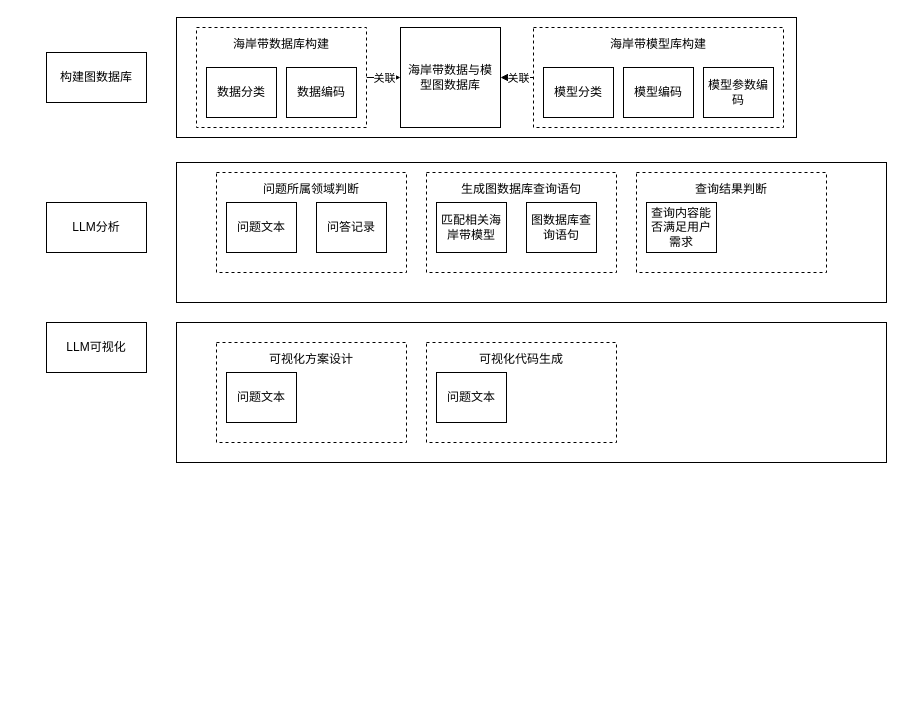
Earlier version of the draw.io diagram 模型计算流程图.drawio (ZNIZN/mytestblog). Source tidied: cells renumbered, new cells numbered last; positions are measured from the earlier drawing's top-left corner, leaving out a move shared by most shapes. Both pictures are drawn from the tidied source at 100%, with x=0, y=0 at pixel (46, 17).
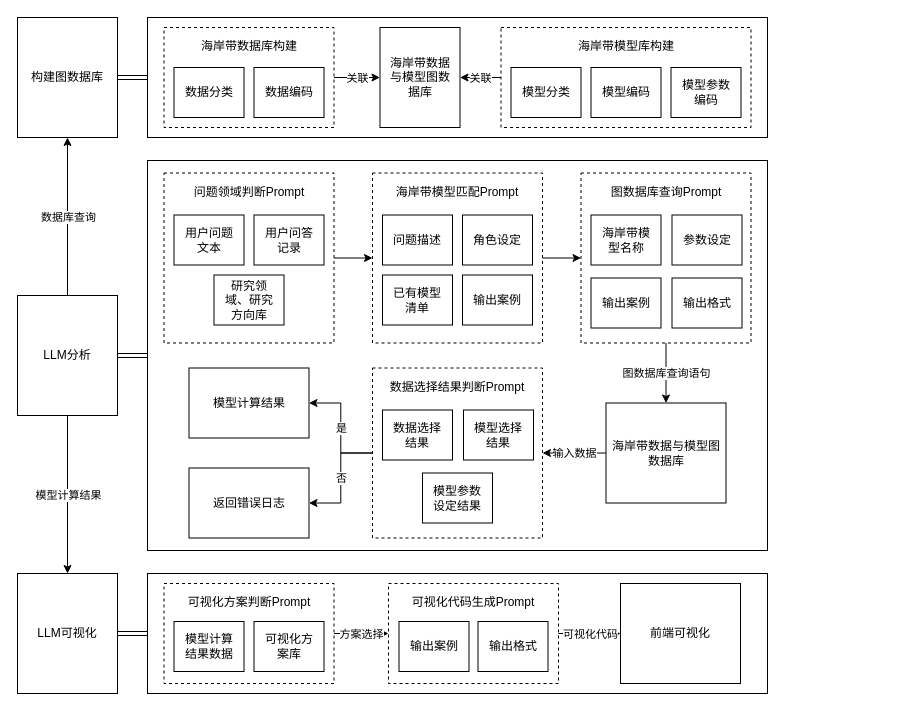
The same page after the edit.

Commit message:
模型计算流程图.drawio

The edit, as a diff of the source:
```diff
@@
+    <mxCell id="35" style="edgeStyle=orthogonalEdgeStyle;rounded=0;jettySize=auto;html=1;exitX=0.5;exitY=0;exitDx=0;exitDy=0;entryX=0.5;entryY=1;entryDx=0;entryDy=0;" parent="1" edge="1" source="8" target="7">
+      <mxGeometry relative="1" as="geometry" />
+    </mxCell>
+    <mxCell id="36" value="数据库查询" style="edgeLabel;html=1;align=center;verticalAlign=middle;" parent="35" vertex="1">
+      <mxGeometry relative="1" as="geometry" />
+    </mxCell>
+    <mxCell id="37" style="edgeStyle=orthogonalEdgeStyle;rounded=0;jettySize=auto;html=1;exitX=0.5;exitY=1;exitDx=0;exitDy=0;entryX=0.5;entryY=0;entryDx=0;entryDy=0;" parent="1" edge="1" source="8" target="9">
+      <mxGeometry relative="1" as="geometry" />
+    </mxCell>
+    <mxCell id="38" value="模型计算结果" style="edgeLabel;html=1;align=center;verticalAlign=middle;" parent="37" vertex="1">
+      <mxGeometry relative="1" as="geometry" />
+    </mxCell>
+    <mxCell id="39" style="group;" parent="1" vertex="1">
+      <mxGeometry x="-29" y="556" width="750" height="120" as="geometry" />
+    </mxCell>
-    <mxCell id="2" style="rounded=0;whiteSpace=wrap;html=1;spacing=5;" parent="1" vertex="1">
-      <mxGeometry x="130" y="305" width="710" height="140" as="geometry" />
+    <mxCell id="2" style="rounded=0;whiteSpace=wrap;html=1;spacing=7;" parent="39" vertex="1">
+      <mxGeometry x="130" width="620" height="120" as="geometry" />
     </mxCell>
+    <mxCell id="40" style="edgeStyle=orthogonalEdgeStyle;rounded=0;jettySize=auto;html=1;exitX=1;exitY=0.5;exitDx=0;exitDy=0;entryX=0;entryY=0.5;entryDx=0;entryDy=0;shape=link;" parent="39" edge="1" source="9" target="2">
+      <mxGeometry relative="1" as="geometry" />
+    </mxCell>
+    <mxCell id="9" value="LLM可视化" style="rounded=0;whiteSpace=wrap;html=1;spacing=7;" parent="39" vertex="1">
+      <mxGeometry width="100" height="120" as="geometry" />
+    </mxCell>
+    <mxCell id="41" value="前端可视化" style="rounded=0;whiteSpace=wrap;html=1;spacing=7;flipH=0;" parent="39" vertex="1">
+      <mxGeometry x="603" y="10" width="120" height="100" as="geometry" />
+    </mxCell>
+    <mxCell id="42" style="group;flipH=0;" parent="39" vertex="1">
+      <mxGeometry x="371" y="10" width="170" height="100" as="geometry" />
+    </mxCell>
+    <mxCell id="20" value="可视化代码生成Prompt" style="rounded=0;whiteSpace=wrap;html=1;dashed=1;verticalAlign=top;spacing=7;" parent="42" vertex="1">
+      <mxGeometry width="170" height="100" as="geometry" />
+    </mxCell>
+    <mxCell id="21" value="输出案例" style="rounded=0;whiteSpace=wrap;html=1;spacing=7;" parent="42" vertex="1">
+      <mxGeometry x="10.5" y="38" width="70" height="50" as="geometry" />
+    </mxCell>
+    <mxCell id="43" value="输出格式" style="rounded=0;whiteSpace=wrap;html=1;spacing=7;" parent="42" vertex="1">
+      <mxGeometry x="89.5" y="38" width="70" height="50" as="geometry" />
+    </mxCell>
+    <mxCell id="44" style="group;flipH=0;" parent="39" vertex="1">
+      <mxGeometry x="146.5" y="10" width="170" height="100" as="geometry" />
+    </mxCell>
+    <mxCell id="18" value="可视化方案判断Prompt" style="rounded=0;whiteSpace=wrap;html=1;dashed=1;verticalAlign=top;spacing=7;" parent="44" vertex="1">
+      <mxGeometry width="170" height="100" as="geometry" />
+    </mxCell>
+    <mxCell id="19" value="可视化方案库" style="rounded=0;whiteSpace=wrap;html=1;spacing=7;" parent="44" vertex="1">
+      <mxGeometry x="90" y="38" width="70" height="50" as="geometry" />
+    </mxCell>
+    <mxCell id="45" value="模型计算结果数据" style="rounded=0;whiteSpace=wrap;html=1;spacing=7;" parent="44" vertex="1">
+      <mxGeometry x="10" y="38" width="70" height="50" as="geometry" />
+    </mxCell>
+    <mxCell id="46" style="edgeStyle=orthogonalEdgeStyle;rounded=0;jettySize=auto;html=1;exitX=1;exitY=0.5;exitDx=0;exitDy=0;entryX=0;entryY=0.5;entryDx=0;entryDy=0;" parent="39" edge="1" source="18" target="20">
+      <mxGeometry relative="1" as="geometry" />
+    </mxCell>
+    <mxCell id="47" value="方案选择" style="edgeLabel;html=1;align=center;verticalAlign=middle;" parent="46" vertex="1">
+      <mxGeometry relative="1" as="geometry" />
+    </mxCell>
+    <mxCell id="48" style="edgeStyle=orthogonalEdgeStyle;rounded=0;jettySize=auto;html=1;exitX=1;exitY=0.5;exitDx=0;exitDy=0;" parent="39" edge="1" source="20" target="41">
+      <mxGeometry relative="1" as="geometry" />
+    </mxCell>
+    <mxCell id="49" value="可视化代码" style="edgeLabel;html=1;align=center;verticalAlign=middle;" parent="48" vertex="1">
+      <mxGeometry relative="1" as="geometry" />
+    </mxCell>
+    <mxCell id="50" style="group;" parent="1" vertex="1">
+      <mxGeometry x="-29" y="143" width="750" height="390" as="geometry" />
+    </mxCell>
-    <mxCell id="3" style="rounded=0;whiteSpace=wrap;html=1;spacing=5;" parent="1" vertex="1">
-      <mxGeometry x="130" y="145" width="710" height="140" as="geometry" />
+    <mxCell id="3" style="rounded=0;whiteSpace=wrap;html=1;spacing=7;" parent="50" vertex="1">
+      <mxGeometry x="130" width="620" height="390" as="geometry" />
     </mxCell>
-    <mxCell id="4" style="rounded=0;whiteSpace=wrap;html=1;spacing=5;" parent="1" vertex="1">
-      <mxGeometry x="130" width="620" height="120" as="geometry" />
-    </mxCell>
-    <mxCell id="5" style="edgeStyle=orthogonalEdgeStyle;rounded=0;jettySize=auto;html=1;exitX=1;exitY=0.5;exitDx=0;exitDy=0;" parent="1" edge="1" source="32" target="22">
-      <mxGeometry relative="1" as="geometry" />
-    </mxCell>
-    <mxCell id="6" value="关联" style="edgeLabel;html=1;align=center;verticalAlign=middle;" parent="5" vertex="1">
-      <mxGeometry relative="1" as="geometry" />
-    </mxCell>
-    <mxCell id="7" value="构建图数据库" style="rounded=0;whiteSpace=wrap;html=1;spacing=5;" parent="1" vertex="1">
-      <mxGeometry y="35" width="100" height="50" as="geometry" />
-    </mxCell>
+    <mxCell id="51" style="edgeStyle=orthogonalEdgeStyle;rounded=0;jettySize=auto;html=1;exitX=1;exitY=0.5;exitDx=0;exitDy=0;entryX=0;entryY=0.5;entryDx=0;entryDy=0;shape=link;" parent="50" edge="1" source="8" target="3">
+      <mxGeometry relative="1" as="geometry" />
+    </mxCell>
-    <mxCell id="8" value="LLM分析" style="rounded=0;whiteSpace=wrap;html=1;spacing=5;" parent="1" vertex="1">
-      <mxGeometry y="185" width="100" height="50" as="geometry" />
+    <mxCell id="8" value="LLM分析" style="rounded=0;whiteSpace=wrap;html=1;spacing=7;" parent="50" vertex="1">
+      <mxGeometry y="135" width="100" height="120" as="geometry" />
     </mxCell>
-    <mxCell id="9" value="LLM可视化" style="rounded=0;whiteSpace=wrap;html=1;spacing=5;" parent="1" vertex="1">
-      <mxGeometry y="305" width="100" height="50" as="geometry" />
-    </mxCell>
+    <mxCell id="52" value="海岸带数据与模型图数据库" style="rounded=0;whiteSpace=wrap;html=1;spacing=7;" parent="50" vertex="1">
+      <mxGeometry x="588.5" y="242.5" width="120" height="100" as="geometry" />
+    </mxCell>
+    <mxCell id="53" value="模型计算结果" style="rounded=0;whiteSpace=wrap;html=1;spacing=7;" parent="50" vertex="1">
+      <mxGeometry x="171.5" y="207.5" width="120" height="70" as="geometry" />
+    </mxCell>
-    <mxCell id="10" value="问题所属领域判断" style="rounded=0;whiteSpace=wrap;html=1;dashed=1;verticalAlign=top;spacing=5;" parent="1" vertex="1">
-      <mxGeometry x="170" y="155" width="190" height="100" as="geometry" />
+    <mxCell id="10" value="问题领域判断Prompt" style="rounded=0;whiteSpace=wrap;html=1;dashed=1;verticalAlign=top;spacing=7;" parent="50" vertex="1">
+      <mxGeometry x="146.5" y="12.5" width="170" height="170" as="geometry" />
     </mxCell>
-    <mxCell id="11" value="问题文本" style="rounded=0;whiteSpace=wrap;html=1;spacing=5;" parent="1" vertex="1">
-      <mxGeometry x="180" y="185" width="70" height="50" as="geometry" />
+    <mxCell id="11" value="用户问题文本" style="rounded=0;whiteSpace=wrap;html=1;spacing=7;" parent="50" vertex="1">
+      <mxGeometry x="156.5" y="54.5" width="70" height="50" as="geometry" />
     </mxCell>
-    <mxCell id="12" value="问答记录" style="rounded=0;whiteSpace=wrap;html=1;spacing=5;" parent="1" vertex="1">
-      <mxGeometry x="270" y="185" width="70" height="50" as="geometry" />
+    <mxCell id="12" value="用户问答记录" style="rounded=0;whiteSpace=wrap;html=1;spacing=7;" parent="50" vertex="1">
+      <mxGeometry x="236.5" y="54.5" width="70" height="50" as="geometry" />
     </mxCell>
+    <mxCell id="54" value="研究领域、研究方向库" style="rounded=0;whiteSpace=wrap;html=1;spacing=7;" parent="50" vertex="1">
+      <mxGeometry x="196.5" y="114.5" width="70" height="50" as="geometry" />
+    </mxCell>
-    <mxCell id="13" value="生成图数据库查询语句" style="rounded=0;whiteSpace=wrap;html=1;dashed=1;verticalAlign=top;spacing=5;" parent="1" vertex="1">
-      <mxGeometry x="380" y="155" width="190" height="100" as="geometry" />
+    <mxCell id="13" value="海岸带模型匹配Prompt" style="rounded=0;whiteSpace=wrap;html=1;dashed=1;verticalAlign=top;spacing=7;" parent="50" vertex="1">
+      <mxGeometry x="355" y="12.5" width="170" height="170" as="geometry" />
     </mxCell>
+    <mxCell id="55" style="edgeStyle=orthogonalEdgeStyle;rounded=0;jettySize=auto;html=1;exitX=1;exitY=0.5;exitDx=0;exitDy=0;entryX=0;entryY=0.5;entryDx=0;entryDy=0;" parent="50" edge="1" source="10" target="13">
+      <mxGeometry relative="1" as="geometry" />
+    </mxCell>
-    <mxCell id="14" value="匹配相关海岸带模型" style="rounded=0;whiteSpace=wrap;html=1;spacing=5;" parent="1" vertex="1">
-      <mxGeometry x="390" y="185" width="70" height="50" as="geometry" />
+    <mxCell id="14" value="问题描述" style="rounded=0;whiteSpace=wrap;html=1;spacing=7;" parent="50" vertex="1">
+      <mxGeometry x="365" y="54.5" width="70" height="50" as="geometry" />
     </mxCell>
-    <mxCell id="15" value="图数据库查询语句" style="rounded=0;whiteSpace=wrap;html=1;spacing=5;" parent="1" vertex="1">
-      <mxGeometry x="480" y="185" width="70" height="50" as="geometry" />
+    <mxCell id="15" value="角色设定" style="rounded=0;whiteSpace=wrap;html=1;spacing=7;" parent="50" vertex="1">
+      <mxGeometry x="445" y="54.5" width="70" height="50" as="geometry" />
     </mxCell>
+    <mxCell id="56" value="已有模型清单" style="rounded=0;whiteSpace=wrap;html=1;spacing=7;" parent="50" vertex="1">
+      <mxGeometry x="365" y="114.5" width="70" height="50" as="geometry" />
+    </mxCell>
+    <mxCell id="57" value="输出案例" style="rounded=0;whiteSpace=wrap;html=1;spacing=7;" parent="50" vertex="1">
+      <mxGeometry x="445" y="114.5" width="70" height="50" as="geometry" />
+    </mxCell>
+    <mxCell id="58" style="edgeStyle=orthogonalEdgeStyle;rounded=0;jettySize=auto;html=1;exitX=0.5;exitY=1;exitDx=0;exitDy=0;entryX=0.5;entryY=0;entryDx=0;entryDy=0;" parent="50" edge="1" source="16" target="52">
+      <mxGeometry relative="1" as="geometry" />
+    </mxCell>
+    <mxCell id="59" value="图数据库查询语句" style="edgeLabel;html=1;align=center;verticalAlign=middle;" parent="58" vertex="1">
+      <mxGeometry relative="1" as="geometry" />
+    </mxCell>
-    <mxCell id="16" value="查询结果判断" style="rounded=0;whiteSpace=wrap;html=1;dashed=1;verticalAlign=top;spacing=5;" parent="1" vertex="1">
-      <mxGeometry x="590" y="155" width="190" height="100" as="geometry" />
+    <mxCell id="16" value="图数据库查询Prompt" style="rounded=0;whiteSpace=wrap;html=1;dashed=1;verticalAlign=top;spacing=7;" parent="50" vertex="1">
+      <mxGeometry x="563.5" y="12.5" width="170" height="170" as="geometry" />
     </mxCell>
+    <mxCell id="60" style="edgeStyle=orthogonalEdgeStyle;rounded=0;jettySize=auto;html=1;exitX=1;exitY=0.5;exitDx=0;exitDy=0;entryX=0;entryY=0.5;entryDx=0;entryDy=0;" parent="50" edge="1" source="13" target="16">
+      <mxGeometry relative="1" as="geometry" />
+    </mxCell>
-    <mxCell id="17" value="查询内容能否满足用户需求" style="rounded=0;whiteSpace=wrap;html=1;spacing=5;" parent="1" vertex="1">
-      <mxGeometry x="600" y="185" width="70" height="50" as="geometry" />
+    <mxCell id="17" value="海岸带模型名称" style="rounded=0;whiteSpace=wrap;html=1;spacing=7;" parent="50" vertex="1">
+      <mxGeometry x="573.5" y="54.5" width="70" height="50" as="geometry" />
     </mxCell>
-    <mxCell id="18" value="可视化方案设计" style="rounded=0;whiteSpace=wrap;html=1;dashed=1;verticalAlign=top;spacing=5;" parent="1" vertex="1">
-      <mxGeometry x="170" y="325" width="190" height="100" as="geometry" />
-    </mxCell>
-    <mxCell id="19" value="问题文本" style="rounded=0;whiteSpace=wrap;html=1;spacing=5;" parent="1" vertex="1">
-      <mxGeometry x="180" y="355" width="70" height="50" as="geometry" />
-    </mxCell>
-    <mxCell id="20" value="可视化代码生成" style="rounded=0;whiteSpace=wrap;html=1;dashed=1;verticalAlign=top;spacing=5;" parent="1" vertex="1">
-      <mxGeometry x="380" y="325" width="190" height="100" as="geometry" />
-    </mxCell>
-    <mxCell id="21" value="问题文本" style="rounded=0;whiteSpace=wrap;html=1;spacing=5;" parent="1" vertex="1">
-      <mxGeometry x="390" y="355" width="70" height="50" as="geometry" />
-    </mxCell>
+    <mxCell id="61" value="参数设定" style="rounded=0;whiteSpace=wrap;html=1;spacing=7;" parent="50" vertex="1">
+      <mxGeometry x="654.5" y="54.5" width="70" height="50" as="geometry" />
+    </mxCell>
+    <mxCell id="62" value="输出格式" style="rounded=0;whiteSpace=wrap;html=1;spacing=7;" parent="50" vertex="1">
+      <mxGeometry x="654.5" y="117.5" width="70" height="50" as="geometry" />
+    </mxCell>
+    <mxCell id="63" value="输出案例" style="rounded=0;whiteSpace=wrap;html=1;spacing=7;" parent="50" vertex="1">
+      <mxGeometry x="573.5" y="117.5" width="70" height="50" as="geometry" />
+    </mxCell>
+    <mxCell id="64" style="edgeStyle=orthogonalEdgeStyle;rounded=0;jettySize=auto;html=1;exitX=0;exitY=0.5;exitDx=0;exitDy=0;entryX=1;entryY=0.5;entryDx=0;entryDy=0;" parent="50" edge="1" source="52" target="68">
+      <mxGeometry relative="1" as="geometry" />
+    </mxCell>
+    <mxCell id="65" value="输入数据" style="edgeLabel;html=1;align=center;verticalAlign=middle;" parent="64" vertex="1">
+      <mxGeometry relative="1" as="geometry" />
+    </mxCell>
+    <mxCell id="66" style="edgeStyle=orthogonalEdgeStyle;rounded=0;jettySize=auto;html=1;" parent="50" edge="1" source="68" target="53">
+      <mxGeometry relative="1" as="geometry" />
+    </mxCell>
+    <mxCell id="67" value="是" style="edgeLabel;html=1;align=center;verticalAlign=middle;" parent="66" vertex="1">
+      <mxGeometry relative="1" as="geometry" />
+    </mxCell>
+    <mxCell id="68" value="数据选择结果判断Prompt" style="rounded=0;whiteSpace=wrap;html=1;dashed=1;verticalAlign=top;spacing=7;" parent="50" vertex="1">
+      <mxGeometry x="355" y="207.5" width="170" height="170" as="geometry" />
+    </mxCell>
+    <mxCell id="69" value="数据选择结果" style="rounded=0;whiteSpace=wrap;html=1;spacing=7;" parent="50" vertex="1">
+      <mxGeometry x="365" y="249.5" width="70" height="50" as="geometry" />
+    </mxCell>
+    <mxCell id="70" value="模型选择结果" style="rounded=0;whiteSpace=wrap;html=1;spacing=7;" parent="50" vertex="1">
+      <mxGeometry x="446" y="249.5" width="70" height="50" as="geometry" />
+    </mxCell>
+    <mxCell id="71" value="模型参数设定结果" style="rounded=0;whiteSpace=wrap;html=1;spacing=7;" parent="50" vertex="1">
+      <mxGeometry x="405" y="312.5" width="70" height="50" as="geometry" />
+    </mxCell>
+    <mxCell id="72" value="返回错误日志" style="rounded=0;whiteSpace=wrap;html=1;spacing=7;" parent="50" vertex="1">
+      <mxGeometry x="171.5" y="307.5" width="120" height="70" as="geometry" />
+    </mxCell>
+    <mxCell id="73" style="edgeStyle=orthogonalEdgeStyle;rounded=0;jettySize=auto;html=1;" parent="50" edge="1" source="68" target="72">
+      <mxGeometry relative="1" as="geometry" />
+    </mxCell>
+    <mxCell id="74" value="否" style="edgeLabel;html=1;align=center;verticalAlign=middle;" parent="73" vertex="1">
+      <mxGeometry relative="1" as="geometry" />
+    </mxCell>
+    <mxCell id="75" style="group;" parent="1" vertex="1">
+      <mxGeometry x="-29" width="750" height="120" as="geometry" />
+    </mxCell>
+    <mxCell id="4" style="rounded=0;whiteSpace=wrap;html=1;spacing=7;" parent="75" vertex="1">
+      <mxGeometry x="130" width="620" height="120" as="geometry" />
+    </mxCell>
+    <mxCell id="76" style="edgeStyle=orthogonalEdgeStyle;rounded=0;jettySize=auto;html=1;exitX=1;exitY=0.5;exitDx=0;exitDy=0;entryX=0;entryY=0.5;entryDx=0;entryDy=0;shape=link;" parent="75" edge="1" source="7" target="4">
+      <mxGeometry relative="1" as="geometry" />
+    </mxCell>
+    <mxCell id="7" value="构建图数据库" style="rounded=0;whiteSpace=wrap;html=1;spacing=7;" parent="75" vertex="1">
+      <mxGeometry width="100" height="120" as="geometry" />
+    </mxCell>
-    <mxCell id="22" value="海岸带数据与模型图数据库" style="rounded=0;whiteSpace=wrap;html=1;spacing=5;" parent="1" vertex="1">
-      <mxGeometry x="354" y="10" width="100" height="100" as="geometry" />
+    <mxCell id="22" value="海岸带数据与模型图数据库" style="rounded=0;whiteSpace=wrap;html=1;spacing=7;" parent="75" vertex="1">
+      <mxGeometry x="362.5" y="10" width="80" height="100" as="geometry" />
     </mxCell>
-    <mxCell id="23" style="group;" parent="1" vertex="1">
-      <mxGeometry x="487" y="10" width="250" height="100" as="geometry" />
-    </mxCell>
+    <mxCell id="29" style="edgeStyle=orthogonalEdgeStyle;rounded=0;jettySize=auto;html=1;exitX=0;exitY=0.5;exitDx=0;exitDy=0;spacing=7;" parent="75" edge="1" source="24" target="22">
+      <mxGeometry relative="1" as="geometry" />
+    </mxCell>
+    <mxCell id="30" value="关联" style="edgeLabel;html=1;align=center;verticalAlign=middle;spacing=7;" parent="29" vertex="1">
+      <mxGeometry relative="1" as="geometry" />
+    </mxCell>
+    <mxCell id="32" value="海岸带数据库构建" style="rounded=0;whiteSpace=wrap;html=1;dashed=1;verticalAlign=top;spacing=7;" parent="75" vertex="1">
+      <mxGeometry x="146.5" y="10" width="170" height="100" as="geometry" />
+    </mxCell>
+    <mxCell id="5" style="edgeStyle=orthogonalEdgeStyle;rounded=0;jettySize=auto;html=1;exitX=1;exitY=0.5;exitDx=0;exitDy=0;spacing=7;" parent="75" edge="1" source="32" target="22">
+      <mxGeometry relative="1" as="geometry" />
+    </mxCell>
+    <mxCell id="6" value="关联" style="edgeLabel;html=1;align=center;verticalAlign=middle;spacing=7;" parent="5" vertex="1">
+      <mxGeometry relative="1" as="geometry" />
+    </mxCell>
+    <mxCell id="33" value="数据编码" style="rounded=0;whiteSpace=wrap;html=1;spacing=7;" parent="75" vertex="1">
+      <mxGeometry x="236.5" y="50" width="70" height="50" as="geometry" />
+    </mxCell>
+    <mxCell id="34" value="数据分类" style="rounded=0;whiteSpace=wrap;html=1;spacing=7;" parent="75" vertex="1">
+      <mxGeometry x="156.5" y="50" width="70" height="50" as="geometry" />
+    </mxCell>
-    <mxCell id="24" value="海岸带模型库构建" style="rounded=0;whiteSpace=wrap;html=1;dashed=1;verticalAlign=top;spacing=5;" parent="23" vertex="1">
-      <mxGeometry width="250" height="100" as="geometry" />
+    <mxCell id="24" value="海岸带模型库构建" style="rounded=0;whiteSpace=wrap;html=1;dashed=1;verticalAlign=top;spacing=7;" parent="75" vertex="1">
+      <mxGeometry x="483.5" y="10" width="250" height="100" as="geometry" />
     </mxCell>
-    <mxCell id="25" style="group;" parent="23" vertex="1">
-      <mxGeometry x="10" y="40" width="230" height="50" as="geometry" />
-    </mxCell>
-    <mxCell id="26" value="模型编码" style="rounded=0;whiteSpace=wrap;html=1;spacing=5;" parent="25" vertex="1">
-      <mxGeometry x="80" width="70" height="50" as="geometry" />
+    <mxCell id="26" value="模型编码" style="rounded=0;whiteSpace=wrap;html=1;spacing=7;" parent="75" vertex="1">
+      <mxGeometry x="573.5" y="50" width="70" height="50" as="geometry" />
     </mxCell>
-    <mxCell id="27" value="模型分类" style="rounded=0;whiteSpace=wrap;html=1;spacing=5;" parent="25" vertex="1">
-      <mxGeometry width="70" height="50" as="geometry" />
+    <mxCell id="27" value="模型分类" style="rounded=0;whiteSpace=wrap;html=1;spacing=7;" parent="75" vertex="1">
+      <mxGeometry x="493.5" y="50" width="70" height="50" as="geometry" />
     </mxCell>
-    <mxCell id="28" value="模型参数编码" style="rounded=0;whiteSpace=wrap;html=1;spacing=5;" parent="25" vertex="1">
-      <mxGeometry x="160" width="70" height="50" as="geometry" />
+    <mxCell id="28" value="模型参数编码" style="rounded=0;whiteSpace=wrap;html=1;spacing=7;" parent="75" vertex="1">
+      <mxGeometry x="653.5" y="50" width="70" height="50" as="geometry" />
     </mxCell>
-    <mxCell id="29" style="edgeStyle=orthogonalEdgeStyle;rounded=0;jettySize=auto;html=1;exitX=0;exitY=0.5;exitDx=0;exitDy=0;" parent="1" edge="1" source="24" target="22">
-      <mxGeometry relative="1" as="geometry" />
-    </mxCell>
-    <mxCell id="30" value="关联" style="edgeLabel;html=1;align=center;verticalAlign=middle;" parent="29" vertex="1">
-      <mxGeometry relative="1" as="geometry" />
-    </mxCell>
-    <mxCell id="31" style="group;" parent="1" vertex="1">
-      <mxGeometry x="150" y="10" width="170" height="100" as="geometry" />
-    </mxCell>
-    <mxCell id="32" value="海岸带数据库构建" style="rounded=0;whiteSpace=wrap;html=1;dashed=1;verticalAlign=top;spacing=5;" parent="31" vertex="1">
-      <mxGeometry width="170" height="100" as="geometry" />
-    </mxCell>
-    <mxCell id="33" value="数据编码" style="rounded=0;whiteSpace=wrap;html=1;spacing=5;" parent="31" vertex="1">
-      <mxGeometry x="90" y="40" width="70" height="50" as="geometry" />
-    </mxCell>
-    <mxCell id="34" value="数据分类" style="rounded=0;whiteSpace=wrap;html=1;spacing=5;" parent="31" vertex="1">
-      <mxGeometry x="10" y="40" width="70" height="50" as="geometry" />
-    </mxCell>
```
